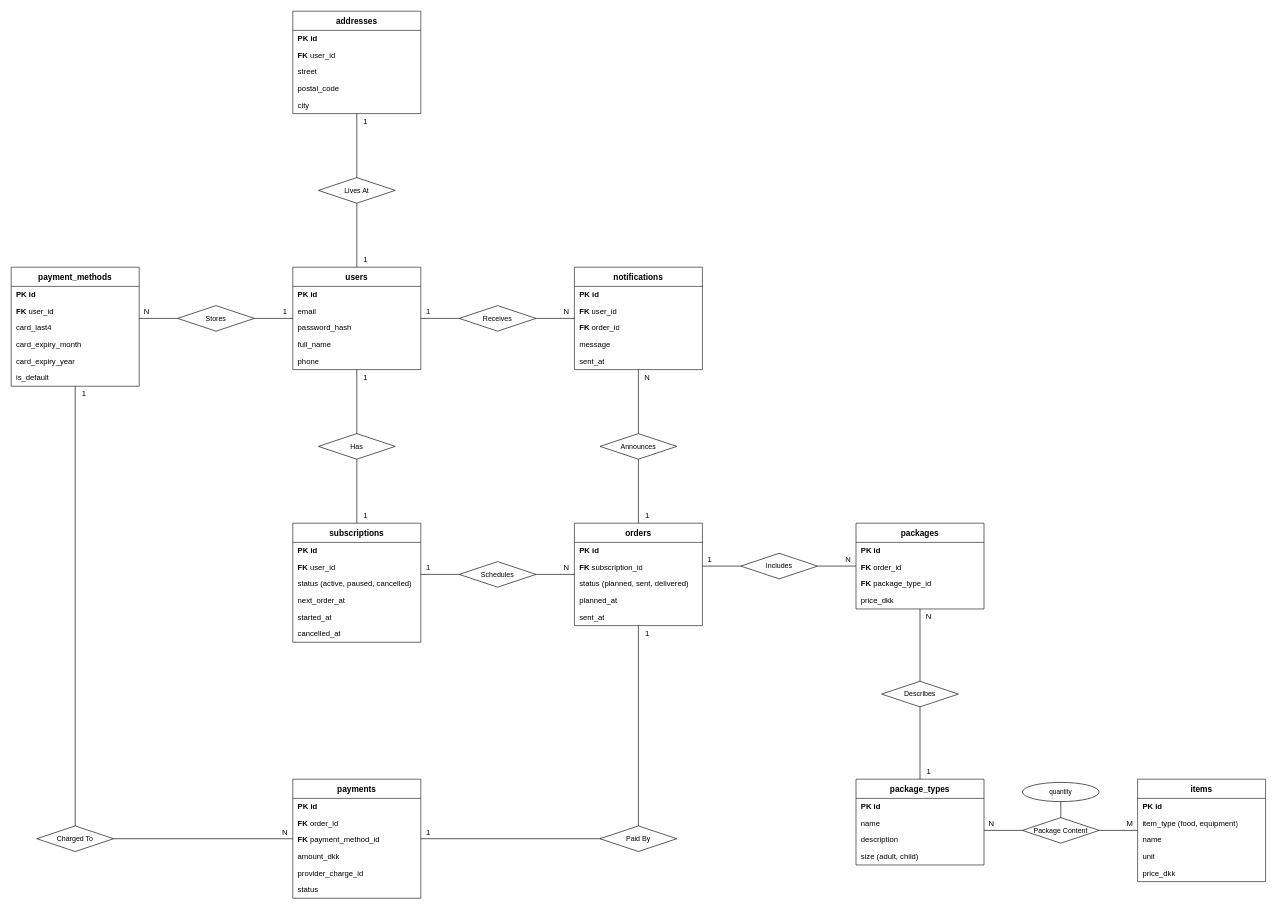
This is docs/assets/drawio/er-diagram.drawio from Mosekjaer/prepmeup, a draw.io file, before an edit. Source tidied: cells renumbered, new cells numbered last; positions are measured from the earlier drawing's top-left corner, leaving out a move shared by most shapes. Both pictures are drawn from the tidied source at 64%, with x=0, y=0 at pixel (11, 11).
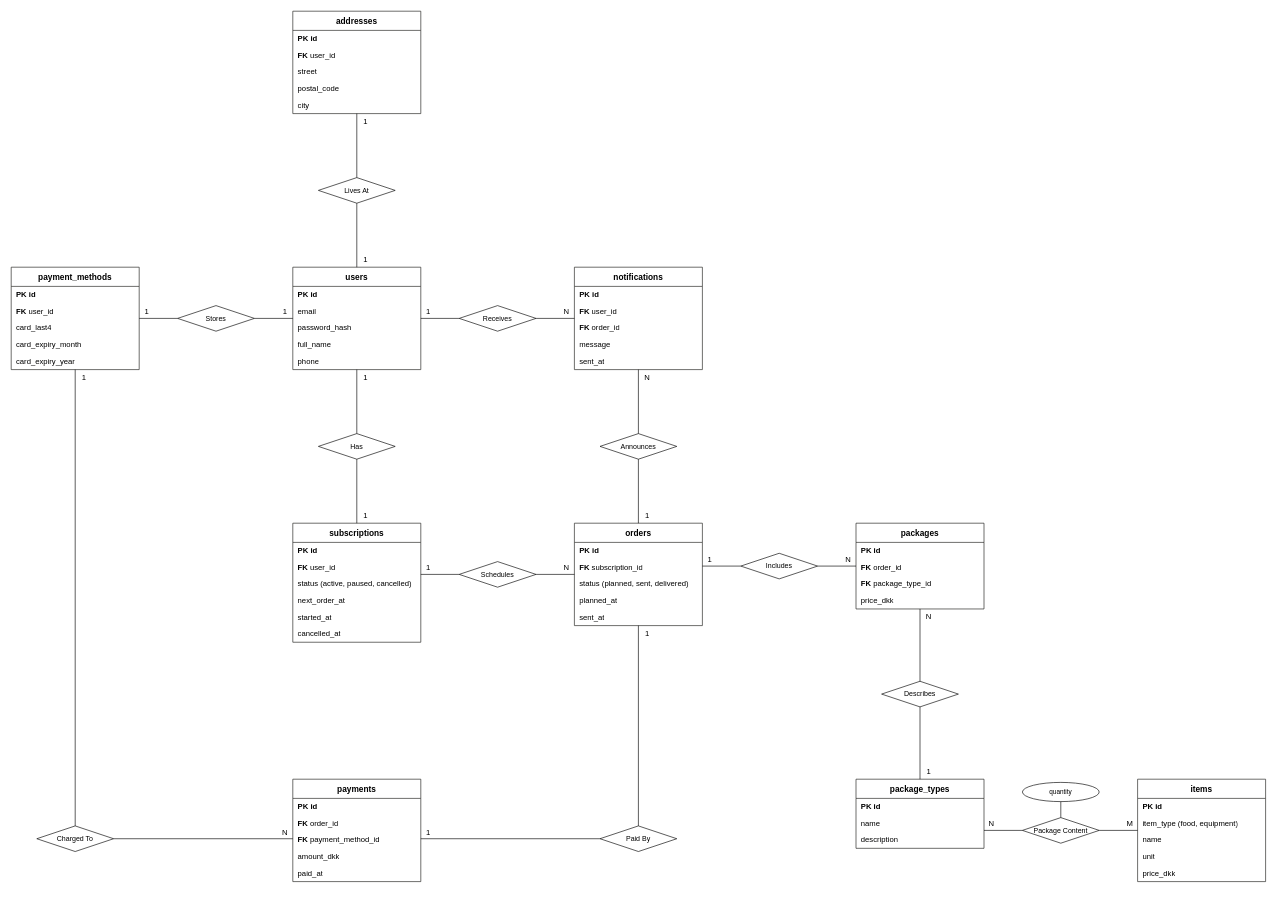
Above is the later version.

Commit message (it also covers changes not shown here):
docs: one card per customer and no package size

A customer has one payment method, so is_default is removed. Payments lose provider_charge_id and status and get paid_at. Package types drop size: adult and child versions are separate package types.

The change refers to these unchanged cells:
```xml
<mxCell id="68" value="Stores" style="rhombus;whiteSpace=wrap;html=1;fontSize=11;" parent="1" vertex="1">
  <mxGeometry x="260" y="460" width="120" height="40" as="geometry" />
</mxCell>
<mxCell id="103" value="Package Content" style="rhombus;whiteSpace=wrap;html=1;fontSize=11;" parent="1" vertex="1">
  <mxGeometry x="1580" y="1260" width="120" height="40" as="geometry" />
</mxCell>
<mxCell id="110" value="Paid By" style="rhombus;whiteSpace=wrap;html=1;fontSize=11;" parent="1" vertex="1">
  <mxGeometry x="920" y="1273" width="120" height="40" as="geometry" />
</mxCell>
<mxCell id="115" value="Charged To" style="rhombus;whiteSpace=wrap;html=1;fontSize=11;" parent="1" vertex="1">
  <mxGeometry x="40" y="1273" width="120" height="40" as="geometry" />
</mxCell>
```

What changed in the source:
```diff
@@
     <mxCell id="8" value="payment_methods" style="swimlane;fontStyle=1;horizontal=1;startSize=30;fillColor=#FFFFFF;strokeColor=#1c1b18;strokeWidth=1;fontFamily=Helvetica;fontSize=13;" parent="1" vertex="1">
-      <mxGeometry y="400" width="200" height="186" as="geometry" />
+      <mxGeometry y="400" width="200" height="160" as="geometry" />
     </mxCell>
@@
-    <mxCell id="14" value="is_default" style="text;strokeColor=none;fillColor=none;align=left;verticalAlign=middle;spacingLeft=6;spacingRight=4;overflow=hidden;fontSize=12;fontFamily=Helvetica;html=1;" parent="8" vertex="1">
-      <mxGeometry y="160" width="200" height="26" as="geometry" />
-    </mxCell>
@@
     <mxCell id="45" value="payments" style="swimlane;fontStyle=1;horizontal=1;startSize=30;fillColor=#FFFFFF;strokeColor=#1c1b18;strokeWidth=1;fontFamily=Helvetica;fontSize=13;" parent="1" vertex="1">
-      <mxGeometry x="440" y="1200" width="200" height="186" as="geometry" />
+      <mxGeometry x="440" y="1200" width="200" height="160" as="geometry" />
     </mxCell>
@@
-    <mxCell id="50" value="provider_charge_id" style="text;strokeColor=none;fillColor=none;align=left;verticalAlign=middle;spacingLeft=6;spacingRight=4;overflow=hidden;fontSize=12;fontFamily=Helvetica;html=1;" parent="45" vertex="1">
+    <mxCell id="50" value="paid_at" style="text;strokeColor=none;fillColor=none;align=left;verticalAlign=middle;spacingLeft=6;spacingRight=4;overflow=hidden;fontSize=12;fontFamily=Helvetica;html=1;" parent="45" vertex="1">
       <mxGeometry y="134" width="200" height="26" as="geometry" />
     </mxCell>
-    <mxCell id="51" value="status" style="text;strokeColor=none;fillColor=none;align=left;verticalAlign=middle;spacingLeft=6;spacingRight=4;overflow=hidden;fontSize=12;fontFamily=Helvetica;html=1;" parent="45" vertex="1">
-      <mxGeometry y="160" width="200" height="26" as="geometry" />
-    </mxCell>
     <mxCell id="52" value="package_types" style="swimlane;fontStyle=1;horizontal=1;startSize=30;fillColor=#FFFFFF;strokeColor=#1c1b18;strokeWidth=1;fontFamily=Helvetica;fontSize=13;" parent="1" vertex="1">
-      <mxGeometry x="1320" y="1200" width="200" height="134" as="geometry" />
+      <mxGeometry x="1320" y="1200" width="200" height="108" as="geometry" />
     </mxCell>
@@
-    <mxCell id="56" value="size (adult, child)" style="text;strokeColor=none;fillColor=none;align=left;verticalAlign=middle;spacingLeft=6;spacingRight=4;overflow=hidden;fontSize=12;fontFamily=Helvetica;html=1;" parent="52" vertex="1">
-      <mxGeometry y="108" width="200" height="26" as="geometry" />
-    </mxCell>
@@
-    <mxCell id="71" style="endArrow=none;html=1;rounded=0;exitX=0;exitY=0.5000;exitDx=0;exitDy=0;entryX=1;entryY=0.4301;entryDx=0;entryDy=0;" parent="1" edge="1" source="68" target="8">
+    <mxCell id="71" style="endArrow=none;html=1;rounded=0;exitX=0;exitY=0.5000;exitDx=0;exitDy=0;entryX=1;entryY=0.5000;entryDx=0;entryDy=0;" parent="1" edge="1" source="68" target="8">
       <mxGeometry relative="1" as="geometry" />
     </mxCell>
-    <mxCell id="72" value="N" style="text;html=1;whiteSpace=wrap;strokeColor=none;fillColor=none;align=center;verticalAlign=middle;rounded=0;" parent="1" vertex="1">
+    <mxCell id="72" value="1" style="text;html=1;whiteSpace=wrap;strokeColor=none;fillColor=none;align=center;verticalAlign=middle;rounded=0;" parent="1" vertex="1">
       <mxGeometry x="202" y="460" width="20" height="20" as="geometry" />
     </mxCell>
@@
-    <mxCell id="104" style="endArrow=none;html=1;rounded=0;exitX=0;exitY=0.5000;exitDx=0;exitDy=0;entryX=1;entryY=0.5970;entryDx=0;entryDy=0;" parent="1" edge="1" source="103" target="52">
+    <mxCell id="104" style="endArrow=none;html=1;rounded=0;exitX=0;exitY=0.5000;exitDx=0;exitDy=0;entryX=1;entryY=0.7407;entryDx=0;entryDy=0;" parent="1" edge="1" source="103" target="52">
       <mxGeometry relative="1" as="geometry" />
     </mxCell>
@@
-    <mxCell id="113" style="endArrow=none;html=1;rounded=0;exitX=0;exitY=0.5000;exitDx=0;exitDy=0;entryX=1;entryY=0.5000;entryDx=0;entryDy=0;" parent="1" edge="1" source="110" target="45">
+    <mxCell id="113" style="endArrow=none;html=1;rounded=0;exitX=0;exitY=0.5000;exitDx=0;exitDy=0;entryX=1;entryY=0.5813;entryDx=0;entryDy=0;" parent="1" edge="1" source="110" target="45">
       <mxGeometry relative="1" as="geometry" />
     </mxCell>
@@
     <mxCell id="117" value="1" style="text;html=1;whiteSpace=wrap;strokeColor=none;fillColor=none;align=center;verticalAlign=middle;rounded=0;" parent="1" vertex="1">
-      <mxGeometry x="104" y="588" width="20" height="20" as="geometry" />
+      <mxGeometry x="104" y="562" width="20" height="20" as="geometry" />
     </mxCell>
-    <mxCell id="118" style="endArrow=none;html=1;rounded=0;exitX=1;exitY=0.5000;exitDx=0;exitDy=0;entryX=0;entryY=0.5000;entryDx=0;entryDy=0;" parent="1" edge="1" source="115" target="45">
+    <mxCell id="118" style="endArrow=none;html=1;rounded=0;exitX=1;exitY=0.5000;exitDx=0;exitDy=0;entryX=0;entryY=0.5813;entryDx=0;entryDy=0;" parent="1" edge="1" source="115" target="45">
       <mxGeometry relative="1" as="geometry" />
     </mxCell>
```
